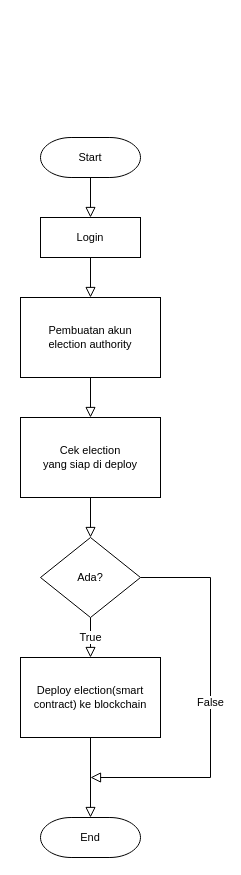
The draw.io diagram page "super-admin" (9 of 11) of flowchart.drawio in cekingx/diagram-simvoni, before the edit. Source tidied: cells renumbered, new cells numbered last; positions are measured from the earlier drawing's top-left corner, leaving out a move shared by most shapes. Both pictures are drawn from the tidied source at 100%, with x=0, y=0 at pixel (20, 137).
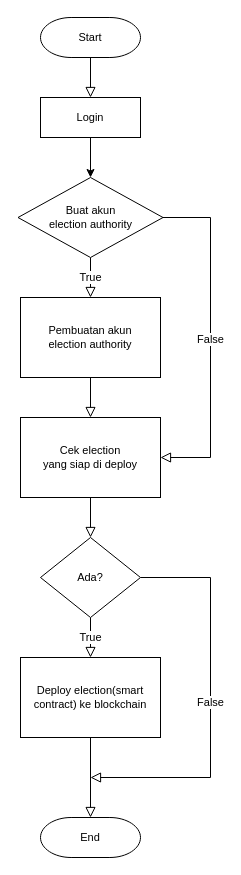
Above is the later version.

Commit message:
revisi super-admin

The change refers to these unchanged cells:
```xml
<mxCell id="7" value="Pembuatan akun&lt;br&gt;election authority" style="rounded=0;whiteSpace=wrap;html=1;absoluteArcSize=1;strokeWidth=1;shadow=0;fontSize=11;endFill=0;endArrow=block;endSize=8;" parent="1" vertex="1">
  <mxGeometry y="160" width="140" height="80" as="geometry" />
</mxCell>
<mxCell id="9" value="Cek election &lt;br&gt;yang siap di deploy" style="rounded=0;whiteSpace=wrap;html=1;absoluteArcSize=1;strokeWidth=1;shadow=0;fontSize=11;endFill=0;endArrow=block;endSize=8;" parent="1" vertex="1">
  <mxGeometry y="280" width="140" height="80" as="geometry" />
</mxCell>
```

What changed in the source:
```diff
@@
     <mxCell id="3" value="Start" style="strokeWidth=1;html=1;shape=mxgraph.flowchart.terminator;whiteSpace=wrap;rounded=0;shadow=0;fontSize=11;endFill=0;endArrow=block;endSize=8;" parent="1" vertex="1">
-      <mxGeometry x="20" width="100" height="40" as="geometry" />
+      <mxGeometry x="20" y="-120" width="100" height="40" as="geometry" />
     </mxCell>
-    <mxCell id="4" style="edgeStyle=orthogonalEdgeStyle;rounded=0;jettySize=auto;html=1;entryX=0.5;entryY=0;entryDx=0;entryDy=0;shadow=0;strokeWidth=1;labelBackgroundColor=none;endFill=0;endArrow=block;endSize=8;" parent="1" edge="1" source="5" target="7">
-      <mxGeometry relative="1" as="geometry" />
-    </mxCell>
+    <mxCell id="16" style="edgeStyle=orthogonalEdgeStyle;rounded=0;jettySize=auto;html=1;entryX=0.5;entryY=0;entryDx=0;entryDy=0;entryPerimeter=0;" parent="1" edge="1" source="5" target="19">
+      <mxGeometry relative="1" as="geometry" />
+    </mxCell>
     <mxCell id="5" value="Login" style="rounded=0;whiteSpace=wrap;html=1;absoluteArcSize=1;strokeWidth=1;shadow=0;fontSize=11;endFill=0;endArrow=block;endSize=8;" parent="1" vertex="1">
-      <mxGeometry x="20" y="80" width="100" height="40" as="geometry" />
+      <mxGeometry x="20" y="-40" width="100" height="40" as="geometry" />
     </mxCell>
-    <mxCell id="6" style="edgeStyle=orthogonalEdgeStyle;rounded=0;jettySize=auto;html=1;entryX=0.5;entryY=0;entryDx=0;entryDy=0;shadow=0;strokeWidth=1;labelBackgroundColor=none;endFill=0;endArrow=block;endSize=8;" parent="1" edge="1" source="7" target="9">
+    <mxCell id="6" style="edgeStyle=orthogonalEdgeStyle;rounded=0;jettySize=auto;html=1;shadow=0;strokeWidth=1;endFill=0;endArrow=block;endSize=8;" parent="1" edge="1" source="7" target="9">
       <mxGeometry relative="1" as="geometry" />
     </mxCell>
@@
+    <mxCell id="17" value="True" style="edgeStyle=orthogonalEdgeStyle;rounded=0;jettySize=auto;html=1;entryX=0.5;entryY=0;entryDx=0;entryDy=0;shadow=0;strokeWidth=1;endFill=0;endArrow=block;endSize=8;" parent="1" edge="1" source="19" target="7">
+      <mxGeometry relative="1" as="geometry" />
+    </mxCell>
+    <mxCell id="18" value="False" style="edgeStyle=orthogonalEdgeStyle;rounded=0;jettySize=auto;html=1;entryX=1;entryY=0.5;entryDx=0;entryDy=0;exitX=1;exitY=0.5;exitDx=0;exitDy=0;exitPerimeter=0;shadow=0;strokeWidth=1;endFill=0;endArrow=block;endSize=8;" parent="1" edge="1" source="19" target="9">
+      <mxGeometry relative="1" as="geometry">
+        <Array as="points">
+          <mxPoint x="190" y="80" />
+          <mxPoint x="190" y="320" />
+        </Array>
+      </mxGeometry>
+    </mxCell>
+    <mxCell id="19" value="Buat akun &lt;br&gt;election authority" style="strokeWidth=1;html=1;shape=mxgraph.flowchart.decision;whiteSpace=wrap;rounded=0;shadow=0;fontSize=11;endFill=0;endArrow=block;endSize=8;" parent="1" vertex="1">
+      <mxGeometry x="-2.5" y="40" width="145" height="80" as="geometry" />
+    </mxCell>
```
